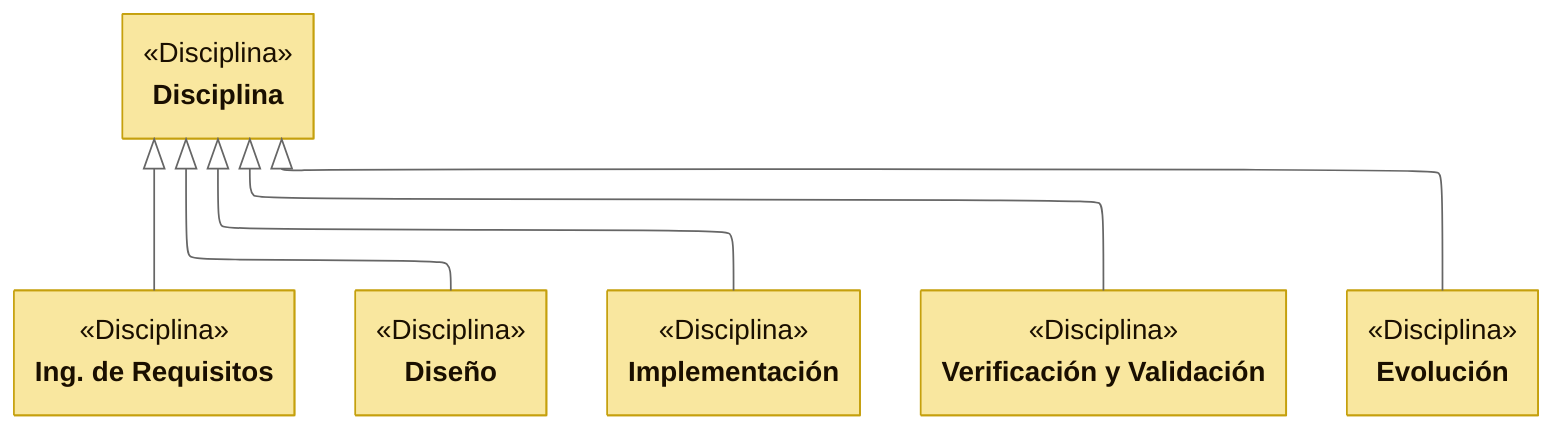
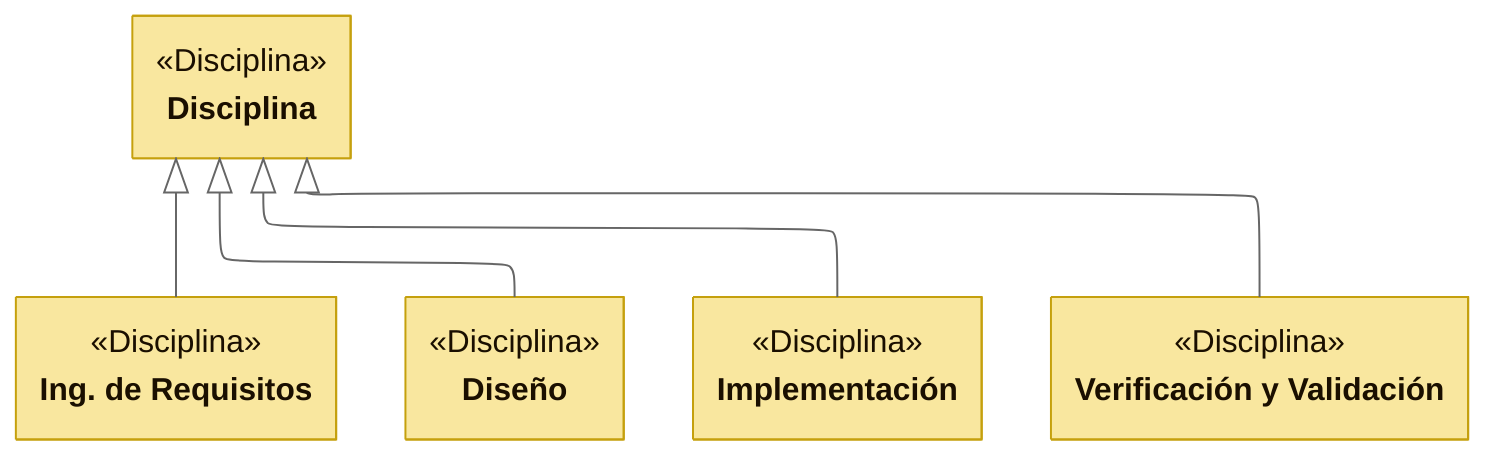
---
config:
    layout: elk
    class:
        hideEmptyMembersBox: true
    theme: neutral
---
classDiagram

class Disciplina["Disciplina"]:::disciplina {
    <<Disciplina>>
}
class DRequerimientos["Ing. de Requisitos"]:::disciplina {
    <<Disciplina>>
}
class DDiseno["Diseño"]:::disciplina {
    <<Disciplina>>
}
class DImplementacion["Implementación"]:::disciplina {
    <<Disciplina>>
}
class DVerificacion["Verificación y Validación"]:::disciplina {
    <<Disciplina>>
}
- class DEvolucion["Evolución"]:::disciplina {
-     <<Disciplina>>
- }

Disciplina <|-- DRequerimientos
Disciplina <|-- DDiseno
Disciplina <|-- DImplementacion
Disciplina <|-- DVerificacion
- Disciplina <|-- DEvolucion
+ 

classDef disciplina fill:#F9E79F,stroke:#C5A00D,color:#1a0f00